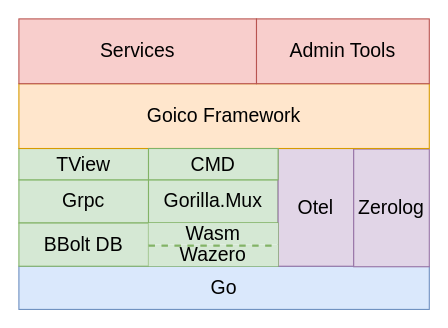
Above: page "Stack" (2 of 5) of docs/Jobico.drawio in andrescosta/jobico-fn (draw.io), before the change. Source tidied: cells renumbered, new cells numbered last; positions are measured from the earlier drawing's top-left corner, leaving out a move shared by most shapes. Both pictures are drawn from the tidied source at 108%, with x=0, y=0 at pixel (18, 18).
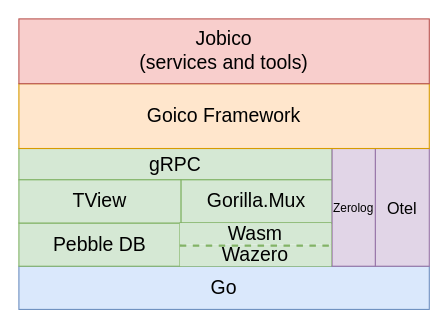
After the change.

What changed in the source:
```diff
@@
 <mxGraphModel>
   <root>
     <mxCell id="0" />
     <mxCell id="1" parent="0" />
     <mxCell id="2" value="Go" style="rounded=0;whiteSpace=wrap;html=1;fillColor=#dae8fc;strokeColor=#6c8ebf;fontSize=18;fontFamily=Helvetica;fontStyle=0;" parent="1" vertex="1">
       <mxGeometry y="229" width="380" height="40" as="geometry" />
     </mxCell>
-    <mxCell id="3" value="Grpc" style="rounded=0;whiteSpace=wrap;html=1;fillColor=#d5e8d4;strokeColor=#82b366;fontSize=18;fontFamily=Helvetica;fontStyle=0;" parent="1" vertex="1">
-      <mxGeometry y="149" width="120" height="40" as="geometry" />
+    <mxCell id="3" value="gRPC" style="rounded=0;whiteSpace=wrap;html=1;fillColor=#d5e8d4;strokeColor=#82b366;fontSize=18;fontFamily=Helvetica;fontStyle=0;" parent="1" vertex="1">
+      <mxGeometry y="120" width="290" height="29" as="geometry" />
     </mxCell>
     <mxCell id="4" value="Gorilla.Mux" style="rounded=0;whiteSpace=wrap;html=1;fillColor=#d5e8d4;strokeColor=#82b366;fontSize=18;fontFamily=Helvetica;fontStyle=0;" parent="1" vertex="1">
-      <mxGeometry x="120" y="149" width="120" height="40" as="geometry" />
+      <mxGeometry x="150" y="149" width="140" height="40" as="geometry" />
     </mxCell>
-    <mxCell id="5" value="BBolt DB" style="rounded=0;whiteSpace=wrap;html=1;fillColor=#d5e8d4;strokeColor=#82b366;fontSize=18;fontFamily=Helvetica;fontStyle=0;" parent="1" vertex="1">
-      <mxGeometry y="189" width="120" height="40" as="geometry" />
+    <mxCell id="5" value="Pebble DB" style="rounded=0;whiteSpace=wrap;html=1;fillColor=#d5e8d4;strokeColor=#82b366;fontSize=18;fontFamily=Helvetica;fontStyle=0;" parent="1" vertex="1">
+      <mxGeometry y="189" width="150" height="40" as="geometry" />
     </mxCell>
-    <mxCell id="6" value="Otel" style="rounded=0;whiteSpace=wrap;html=1;fillColor=#e1d5e7;strokeColor=#9673a6;fontSize=18;fontFamily=Helvetica;fontStyle=0;" parent="1" vertex="1">
-      <mxGeometry x="240" y="120" width="70" height="109" as="geometry" />
+    <mxCell id="6" value="Otel" style="rounded=0;whiteSpace=wrap;html=1;fillColor=#e1d5e7;strokeColor=#9673a6;fontSize=15;fontFamily=Helvetica;fontStyle=0;" parent="1" vertex="1">
+      <mxGeometry x="330" y="120" width="50" height="109" as="geometry" />
     </mxCell>
-    <mxCell id="7" value="Zerolog" style="rounded=0;whiteSpace=wrap;html=1;fillColor=#e1d5e7;strokeColor=#9673a6;fontSize=18;fontFamily=Helvetica;fontStyle=0;" parent="1" vertex="1">
-      <mxGeometry x="310" y="120.5" width="70" height="109" as="geometry" />
+    <mxCell id="7" value="Zerolog" style="rounded=0;whiteSpace=wrap;html=1;fillColor=#e1d5e7;strokeColor=#9673a6;fontSize=11;fontFamily=Helvetica;fontStyle=0;" parent="1" vertex="1">
+      <mxGeometry x="290" y="120" width="40" height="109" as="geometry" />
     </mxCell>
     <mxCell id="8" value="TView" style="rounded=0;whiteSpace=wrap;html=1;fillColor=#d5e8d4;strokeColor=#82b366;fontSize=18;fontFamily=Helvetica;fontStyle=0;" parent="1" vertex="1">
-      <mxGeometry y="120" width="120" height="29" as="geometry" />
+      <mxGeometry y="149" width="150" height="40" as="geometry" />
     </mxCell>
     <mxCell id="9" value="Goico Framework" style="rounded=0;whiteSpace=wrap;html=1;fillColor=#ffe6cc;strokeColor=#d79b00;fontSize=18;fontFamily=Helvetica;fontStyle=0;" parent="1" vertex="1">
       <mxGeometry y="60" width="380" height="60" as="geometry" />
     </mxCell>
-    <mxCell id="10" value="Services" style="rounded=0;whiteSpace=wrap;html=1;fillColor=#f8cecc;strokeColor=#b85450;fontSize=18;fontFamily=Helvetica;fontStyle=0;" parent="1" vertex="1">
-      <mxGeometry width="220" height="60" as="geometry" />
+    <mxCell id="10" value="Jobico &lt;br&gt;(services and tools)" style="rounded=0;whiteSpace=wrap;html=1;fillColor=#f8cecc;strokeColor=#b85450;fontSize=18;fontFamily=Helvetica;fontStyle=0;" parent="1" vertex="1">
+      <mxGeometry width="380" height="60" as="geometry" />
     </mxCell>
-    <mxCell id="11" value="CMD" style="rounded=0;whiteSpace=wrap;html=1;fillColor=#d5e8d4;strokeColor=#82b366;fontSize=18;fontFamily=Helvetica;fontStyle=0;" parent="1" vertex="1">
-      <mxGeometry x="120" y="120" width="120" height="29" as="geometry" />
-    </mxCell>
-    <mxCell id="12" value="Admin Tools" style="rounded=0;whiteSpace=wrap;html=1;fillColor=#f8cecc;strokeColor=#b85450;fontSize=18;fontFamily=Helvetica;fontStyle=0;" parent="1" vertex="1">
-      <mxGeometry x="220" width="160" height="60" as="geometry" />
-    </mxCell>
     <mxCell id="13" style="group;" parent="1" vertex="1">
-      <mxGeometry x="120" y="189" width="120" height="40" as="geometry" />
+      <mxGeometry x="149" y="189" width="140" height="40" as="geometry" />
     </mxCell>
     <mxCell id="14" style="rounded=0;whiteSpace=wrap;html=1;fillColor=none;strokeColor=#82B366;" parent="13" vertex="1">
-      <mxGeometry width="120" height="40" as="geometry" />
+      <mxGeometry width="140" height="40" as="geometry" />
     </mxCell>
     <mxCell id="15" style="group;" parent="13" vertex="1">
-      <mxGeometry width="120" height="40" as="geometry" />
+      <mxGeometry width="140" height="40" as="geometry" />
     </mxCell>
     <mxCell id="16" value="Wasm" style="rounded=0;whiteSpace=wrap;html=1;fillColor=#d5e8d4;strokeColor=none;fontSize=18;fontFamily=Helvetica;fontStyle=0;" parent="15" vertex="1">
-      <mxGeometry width="120" height="20" as="geometry" />
+      <mxGeometry width="140" height="20" as="geometry" />
     </mxCell>
     <mxCell id="17" value="Wazero" style="rounded=0;whiteSpace=wrap;html=1;fillColor=#d5e8d4;strokeColor=none;fontSize=18;fontFamily=Helvetica;fontStyle=0;" parent="15" vertex="1">
-      <mxGeometry y="20" width="120" height="20" as="geometry" />
+      <mxGeometry y="20" width="140" height="20" as="geometry" />
     </mxCell>
     <mxCell id="18" style="endArrow=none;html=1;rounded=0;strokeWidth=2;exitX=0;exitY=0;exitDx=0;exitDy=0;entryX=1;entryY=0;entryDx=0;entryDy=0;strokeColor=#82B366;dashed=1;" parent="15" edge="1">
       <mxGeometry relative="1" as="geometry">
         <mxPoint y="21" as="sourcePoint" />
-        <mxPoint x="120" y="21" as="targetPoint" />
+        <mxPoint x="140" y="21" as="targetPoint" />
       </mxGeometry>
     </mxCell>
   </root>
 </mxGraphModel>
```
